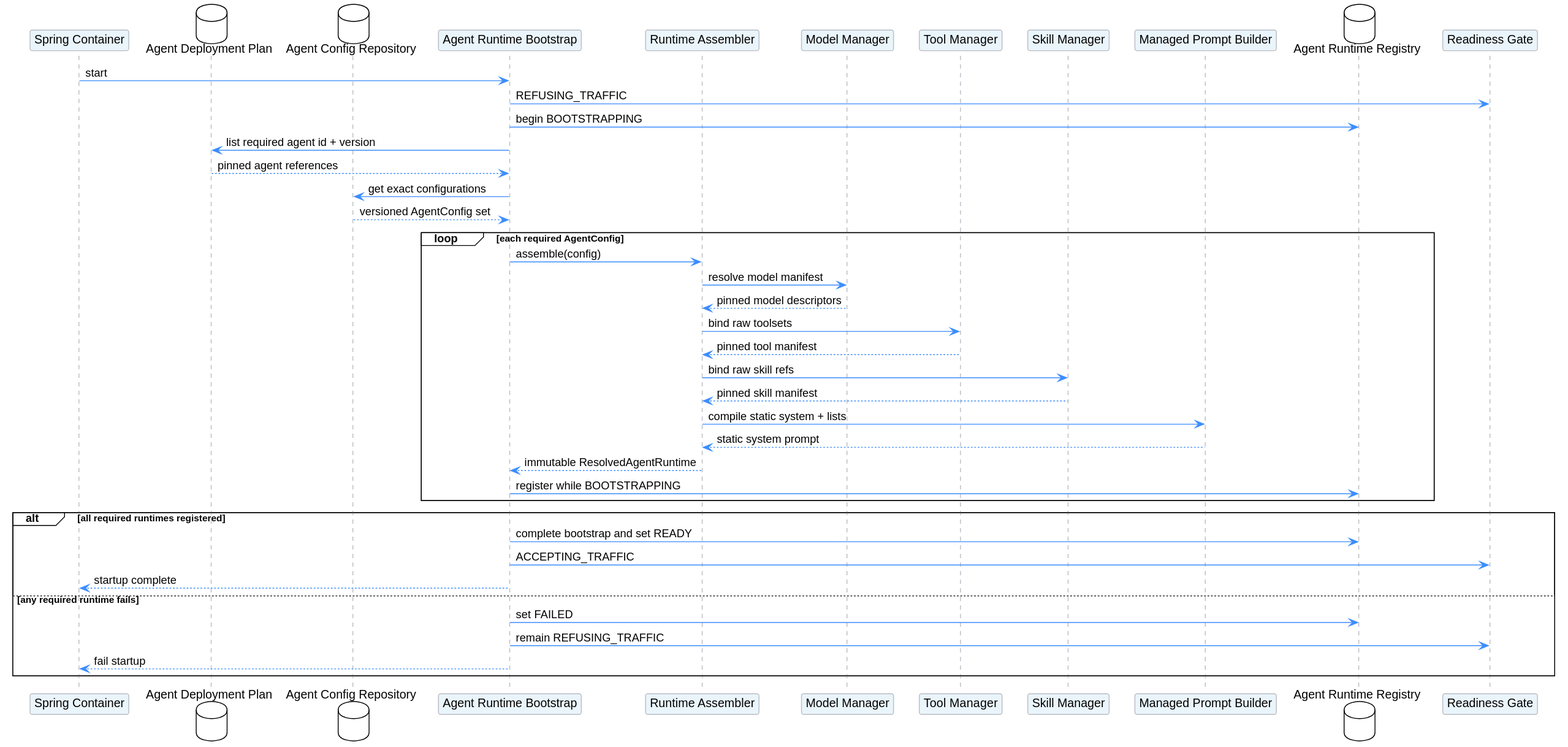
Before: managed-agent-session/agent_runtime_eager_startup.svg, a diagram exported from PlantUML (superheromeZzh/pi-mono-java-design).
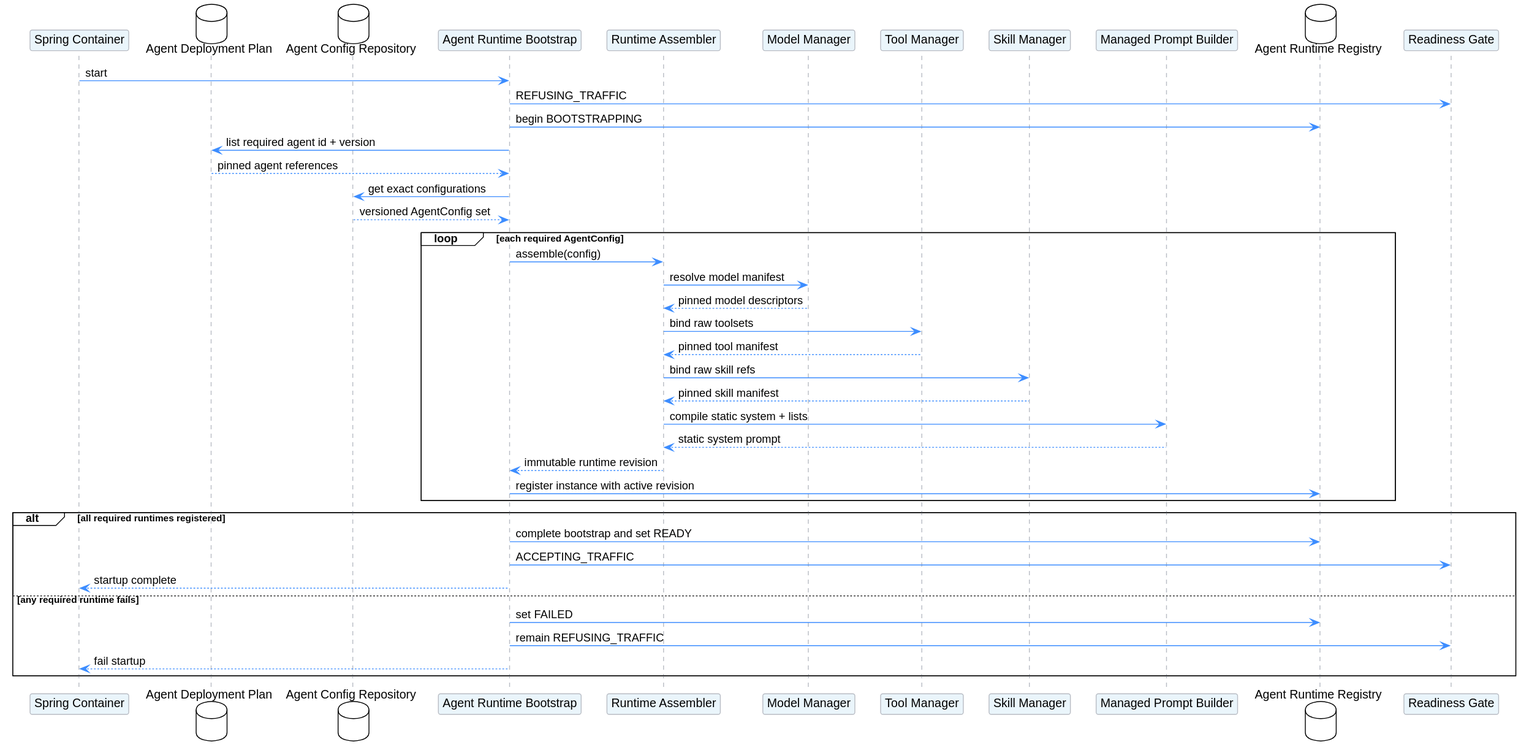
The same file after the commit.

Commit message:
docs(agent): define managed runtime revisions

Change to the diagram source:
```diff
@@ -38,8 +38,8 @@
   SkillManager --> Assembler: pinned skill manifest
   Assembler -> Prompt: compile static system + lists
   Prompt --> Assembler: static system prompt
-  Assembler --> Bootstrap: immutable ResolvedAgentRuntime
-  Bootstrap -> Registry: register while BOOTSTRAPPING
+  Assembler --> Bootstrap: immutable runtime revision
+  Bootstrap -> Registry: register instance with active revision
 end
 
 alt all required runtimes registered
```
